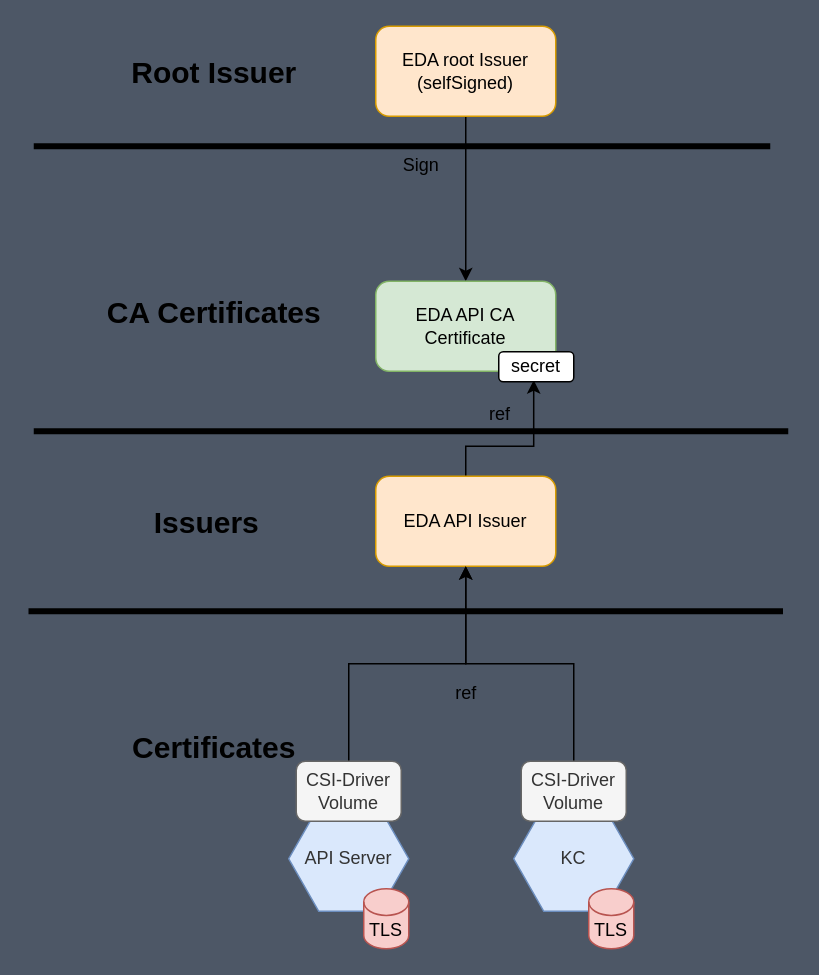
Above: page "[1] API Certificates" (2 of 6) of eda-tls-issuers.drawio in nokia-eda/docs (draw.io), before the change. Source tidied: cells renumbered, new cells numbered last; positions are measured from the earlier drawing's top-left corner, leaving out a move shared by most shapes. Both pictures are drawn from the tidied source at 150%, with x=0, y=0 at pixel (27, 26).
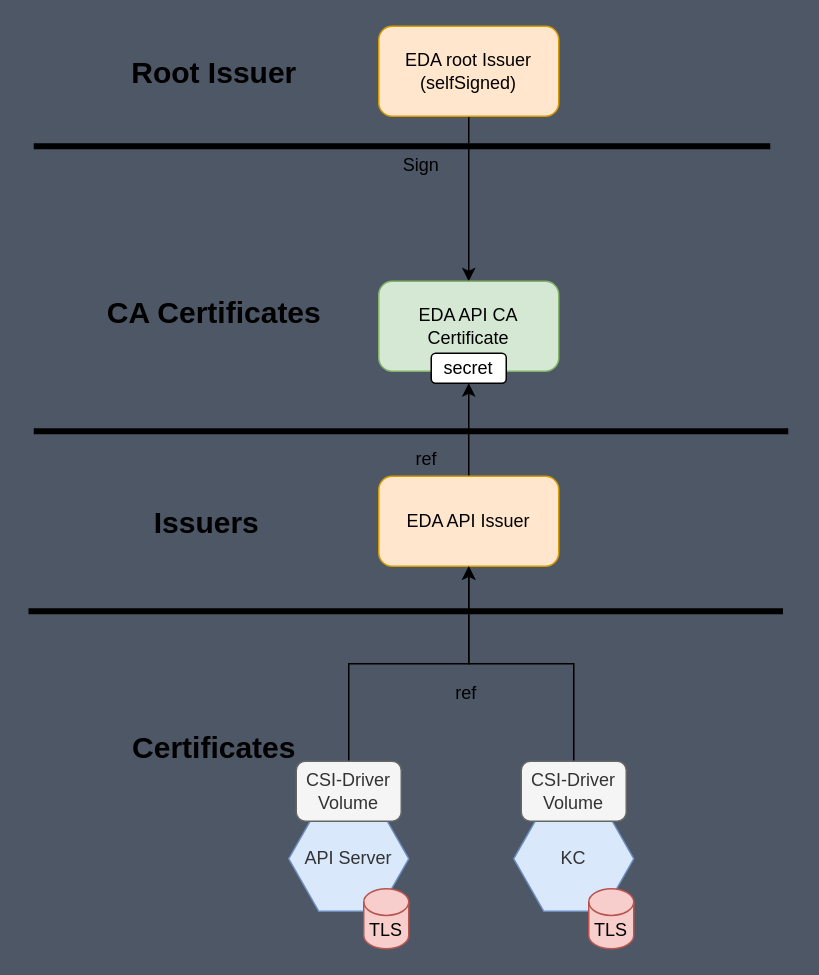
After the change.

Diff of the diagram source:
```diff
@@
     <mxCell id="3" value="EDA root Issuer&lt;br&gt;(selfSigned)" style="rounded=1;whiteSpace=wrap;html=1;fillColor=#ffe6cc;strokeColor=#d79b00;" parent="1" vertex="1">
-      <mxGeometry x="232" width="120" height="60" as="geometry" />
+      <mxGeometry x="234" width="120" height="60" as="geometry" />
     </mxCell>
     <mxCell id="4" value="EDA API CA Certificate" style="rounded=1;whiteSpace=wrap;html=1;fillColor=#d5e8d4;strokeColor=#82b366;" parent="1" vertex="1">
-      <mxGeometry x="232" y="170" width="120" height="60" as="geometry" />
+      <mxGeometry x="234" y="170" width="120" height="60" as="geometry" />
     </mxCell>
-    <mxCell id="5" style="edgeStyle=orthogonalEdgeStyle;rounded=0;jettySize=auto;html=1;exitX=0.5;exitY=0;exitDx=0;exitDy=0;entryX=0.466;entryY=0.95;entryDx=0;entryDy=0;entryPerimeter=0;" parent="1" edge="1" source="6" target="7">
-      <mxGeometry relative="1" as="geometry">
-        <Array as="points">
-          <mxPoint x="292" y="280" />
-          <mxPoint x="337" y="280" />
-        </Array>
-      </mxGeometry>
+    <mxCell id="5" style="edgeStyle=orthogonalEdgeStyle;rounded=0;jettySize=auto;html=1;exitX=0.5;exitY=0;exitDx=0;exitDy=0;entryX=0.5;entryY=1;entryDx=0;entryDy=0;" parent="1" edge="1" source="6" target="7">
+      <mxGeometry relative="1" as="geometry" />
     </mxCell>
     <mxCell id="6" value="EDA API Issuer" style="rounded=1;whiteSpace=wrap;html=1;fillColor=#ffe6cc;strokeColor=#d79b00;" parent="1" vertex="1">
-      <mxGeometry x="232" y="300" width="120" height="60" as="geometry" />
+      <mxGeometry x="234" y="300" width="120" height="60" as="geometry" />
     </mxCell>
     <mxCell id="7" value="secret" style="rounded=1;whiteSpace=wrap;html=1;" parent="1" vertex="1">
-      <mxGeometry x="314" y="217" width="50" height="20" as="geometry" />
+      <mxGeometry x="269" y="218" width="50" height="20" as="geometry" />
     </mxCell>
@@
     <mxCell id="14" value="ref" style="text;html=1;whiteSpace=wrap;strokeColor=none;fillColor=none;align=center;verticalAlign=middle;rounded=0;" parent="1" vertex="1">
-      <mxGeometry x="293" y="248" width="44" height="22" as="geometry" />
+      <mxGeometry x="243.5" y="278" width="44" height="22" as="geometry" />
     </mxCell>
```
